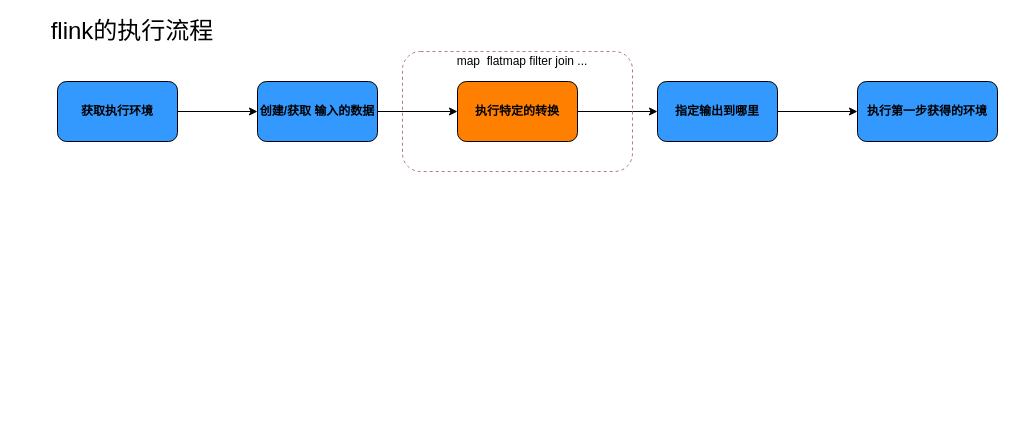
Before: flink/flink.drawio in llrrbaba/BlogList, a draw.io diagram. Source tidied: cells renumbered, new cells numbered last; positions are measured from the earlier drawing's top-left corner, leaving out a move shared by most shapes. Both pictures are drawn from the tidied source at 100%, with x=0, y=0 at pixel (17, 21).
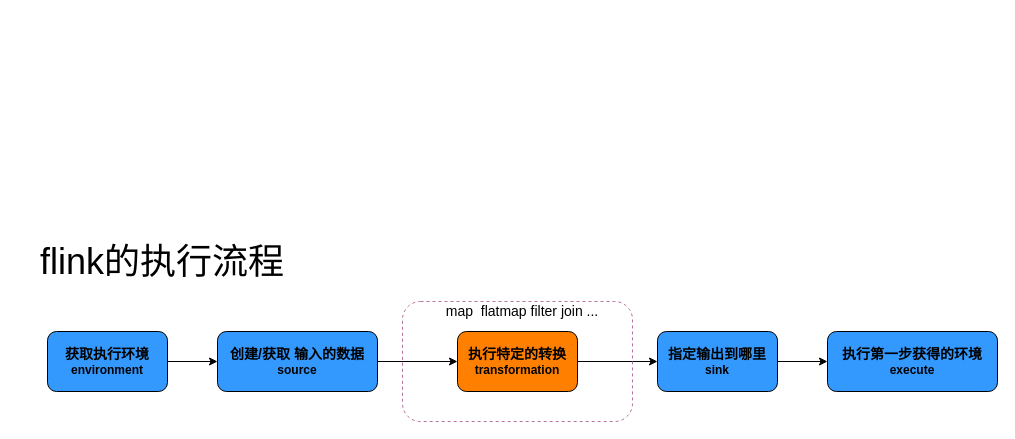
After the change.

What changed in the source:
```diff
@@
 <mxGraphModel>
   <root>
     <mxCell id="0" />
     <mxCell id="1" parent="0" />
     <mxCell id="2" style="edgeStyle=orthogonalEdgeStyle;rounded=0;jettySize=auto;html=1;" parent="1" edge="1" source="3" target="5">
       <mxGeometry relative="1" as="geometry" />
     </mxCell>
-    <mxCell id="3" value="&lt;b&gt;获取执行环境&lt;/b&gt;" style="rounded=1;whiteSpace=wrap;html=1;fillColor=#3399FF;" parent="1" vertex="1">
-      <mxGeometry x="40" y="60" width="120" height="60" as="geometry" />
+    <mxCell id="3" value="&lt;b&gt;&lt;font style=&quot;font-size: 14px&quot;&gt;获取执行环境&lt;/font&gt;&lt;br&gt;environment&lt;br&gt;&lt;/b&gt;" style="rounded=1;whiteSpace=wrap;html=1;fillColor=#3399FF;" parent="1" vertex="1">
+      <mxGeometry x="30" y="310" width="120" height="60" as="geometry" />
     </mxCell>
     <mxCell id="4" style="edgeStyle=orthogonalEdgeStyle;rounded=0;jettySize=auto;html=1;" parent="1" edge="1" source="5" target="7">
       <mxGeometry relative="1" as="geometry" />
     </mxCell>
-    <mxCell id="5" value="&lt;b&gt;创建/获取 输入的数据&lt;/b&gt;" style="rounded=1;whiteSpace=wrap;html=1;fillColor=#3399FF;" parent="1" vertex="1">
-      <mxGeometry x="240" y="60" width="120" height="60" as="geometry" />
+    <mxCell id="5" value="&lt;b&gt;&lt;font style=&quot;font-size: 14px&quot;&gt;创建/获取 输入的数据&lt;/font&gt;&lt;br&gt;source&lt;br&gt;&lt;/b&gt;" style="rounded=1;whiteSpace=wrap;html=1;fillColor=#3399FF;" parent="1" vertex="1">
+      <mxGeometry x="200" y="310" width="160" height="60" as="geometry" />
     </mxCell>
     <mxCell id="6" style="edgeStyle=orthogonalEdgeStyle;rounded=0;jettySize=auto;html=1;" parent="1" edge="1" source="7" target="9">
       <mxGeometry relative="1" as="geometry" />
     </mxCell>
-    <mxCell id="7" value="&lt;b&gt;执行特定的转换&lt;/b&gt;" style="rounded=1;whiteSpace=wrap;html=1;fillColor=#FF8000;" parent="1" vertex="1">
-      <mxGeometry x="440" y="60" width="120" height="60" as="geometry" />
+    <mxCell id="7" value="&lt;b&gt;&lt;font style=&quot;font-size: 14px&quot;&gt;执行特定的转换&lt;/font&gt;&lt;br&gt;transformation&lt;br&gt;&lt;/b&gt;" style="rounded=1;whiteSpace=wrap;html=1;fillColor=#FF8000;" parent="1" vertex="1">
+      <mxGeometry x="440" y="310" width="120" height="60" as="geometry" />
     </mxCell>
     <mxCell id="8" style="edgeStyle=orthogonalEdgeStyle;rounded=0;jettySize=auto;html=1;" parent="1" edge="1" source="9" target="10">
       <mxGeometry relative="1" as="geometry" />
     </mxCell>
-    <mxCell id="9" value="&lt;b&gt;指定输出到哪里&lt;/b&gt;" style="rounded=1;whiteSpace=wrap;html=1;fillColor=#3399FF;" parent="1" vertex="1">
-      <mxGeometry x="640" y="60" width="120" height="60" as="geometry" />
+    <mxCell id="9" value="&lt;b&gt;&lt;font&gt;&lt;span style=&quot;font-size: 14px&quot;&gt;指定输出到哪里&lt;/span&gt;&lt;br&gt;&lt;font style=&quot;font-size: 12px&quot;&gt;sink&lt;/font&gt;&lt;br&gt;&lt;/font&gt;&lt;/b&gt;" style="rounded=1;whiteSpace=wrap;html=1;fillColor=#3399FF;" parent="1" vertex="1">
+      <mxGeometry x="640" y="310" width="120" height="60" as="geometry" />
     </mxCell>
-    <mxCell id="10" value="&lt;b&gt;执行第一步获得的环境&lt;/b&gt;" style="rounded=1;whiteSpace=wrap;html=1;fillColor=#3399FF;" parent="1" vertex="1">
-      <mxGeometry x="840" y="60" width="140" height="60" as="geometry" />
+    <mxCell id="10" value="&lt;b&gt;&lt;font&gt;&lt;span style=&quot;font-size: 14px&quot;&gt;执行第一步获得的环境&lt;/span&gt;&lt;br&gt;&lt;font style=&quot;font-size: 12px&quot;&gt;execute&lt;/font&gt;&lt;br&gt;&lt;/font&gt;&lt;/b&gt;" style="rounded=1;whiteSpace=wrap;html=1;fillColor=#3399FF;" parent="1" vertex="1">
+      <mxGeometry x="810" y="310" width="170" height="60" as="geometry" />
     </mxCell>
-    <mxCell id="11" value="&lt;font style=&quot;font-size: 24px&quot;&gt;flink的执行流程&lt;/font&gt;" style="text;html=1;strokeColor=none;fillColor=none;align=center;verticalAlign=middle;whiteSpace=wrap;rounded=0;" parent="1" vertex="1">
-      <mxGeometry width="230" height="20" as="geometry" />
+    <mxCell id="11" value="&lt;font style=&quot;font-size: 36px&quot;&gt;flink的执行流程&lt;/font&gt;" style="text;html=1;strokeColor=none;fillColor=none;align=center;verticalAlign=middle;whiteSpace=wrap;rounded=0;" parent="1" vertex="1">
+      <mxGeometry x="10" y="230" width="270" height="20" as="geometry" />
     </mxCell>
     <mxCell id="12" style="rounded=1;whiteSpace=wrap;html=1;shadow=0;strokeColor=#B5739D;fillColor=none;dashed=1;" parent="1" vertex="1">
-      <mxGeometry x="385" y="30" width="230" height="120" as="geometry" />
+      <mxGeometry x="385" y="280" width="230" height="120" as="geometry" />
     </mxCell>
-    <mxCell id="13" value="map&amp;nbsp; flatmap filter join ..." style="text;html=1;strokeColor=none;fillColor=none;align=center;verticalAlign=middle;whiteSpace=wrap;rounded=0;shadow=0;dashed=1;" parent="1" vertex="1">
-      <mxGeometry x="390" y="30" width="230" height="20" as="geometry" />
+    <mxCell id="13" value="&lt;font style=&quot;font-size: 14px&quot;&gt;map&amp;nbsp; flatmap filter join ...&lt;/font&gt;" style="text;html=1;strokeColor=none;fillColor=none;align=center;verticalAlign=middle;whiteSpace=wrap;rounded=0;shadow=0;dashed=1;" parent="1" vertex="1">
+      <mxGeometry x="390" y="280" width="230" height="20" as="geometry" />
     </mxCell>
   </root>
 </mxGraphModel>
```
